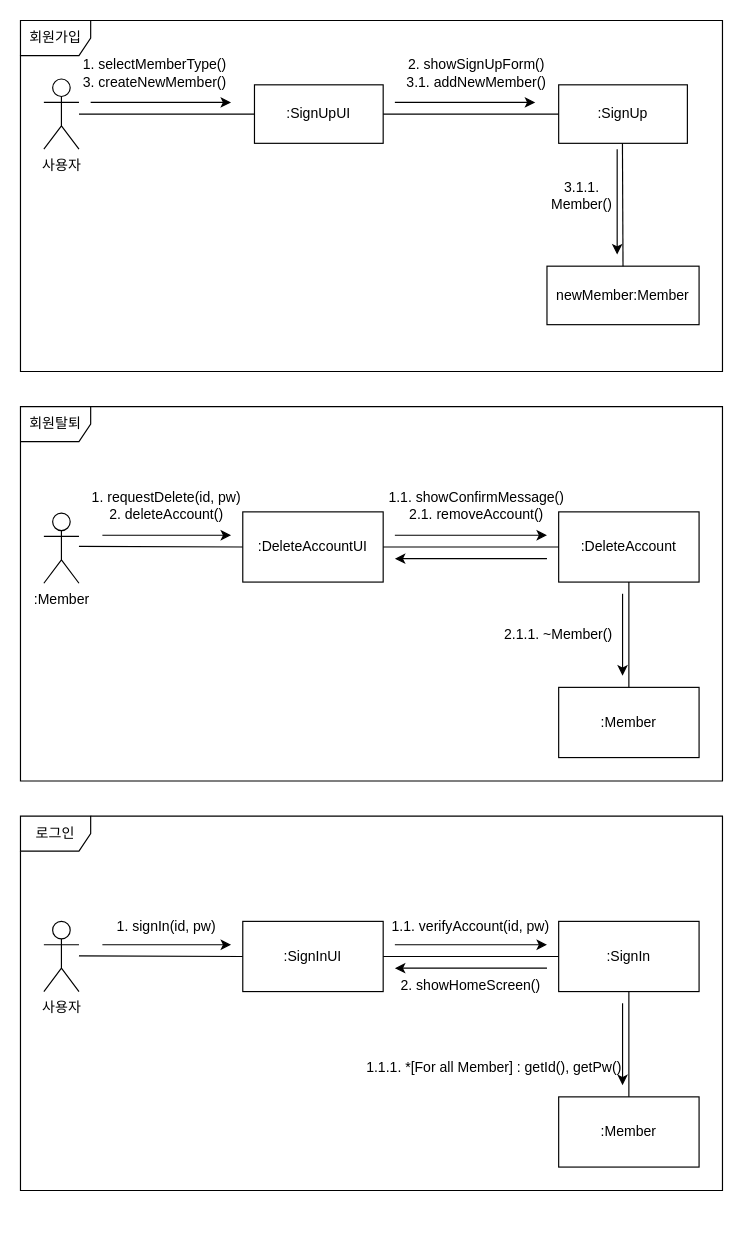
The draw.io diagram page "cd-1" (1 of 3) of user-auth/user-auth-diagram.drawio in KimTaemin-Git/SE2, before the edit. Source tidied: cells renumbered, new cells numbered last; positions are measured from the earlier drawing's top-left corner, leaving out a move shared by most shapes. Both pictures are drawn from the tidied source at 117%, with x=0, y=0 at pixel (20, 20).
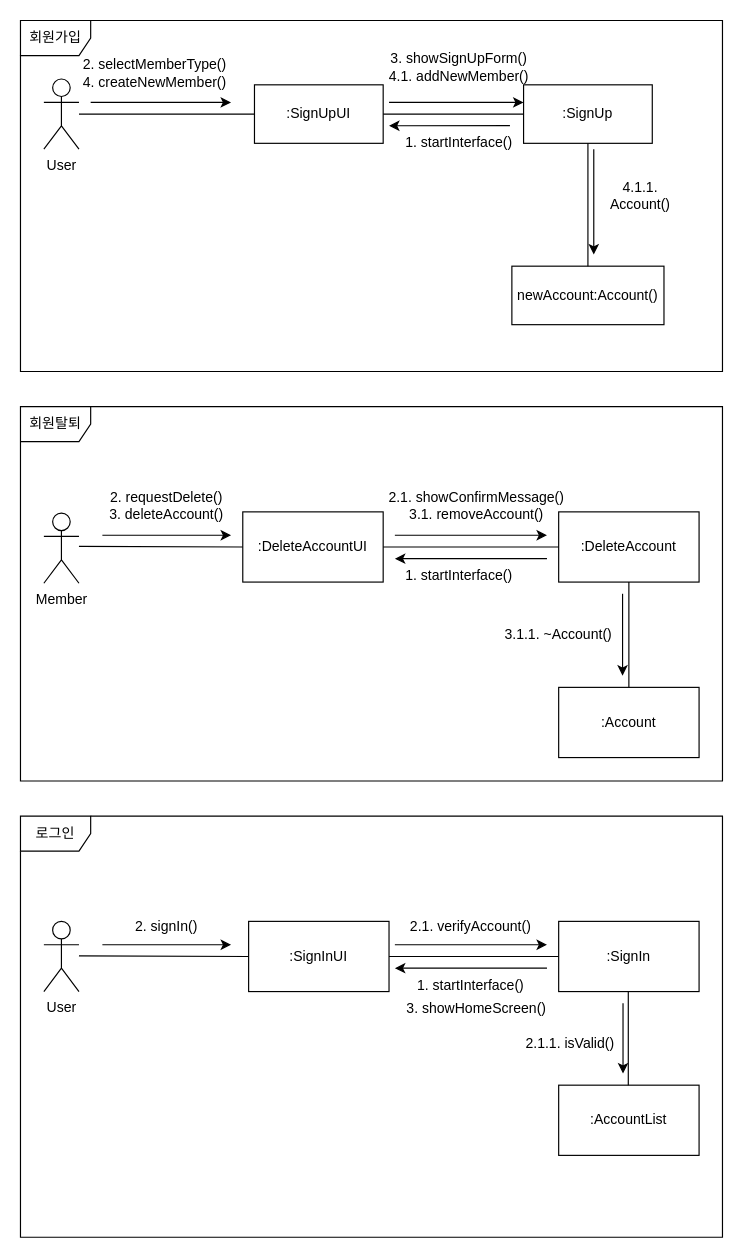
After the change.

The change refers to these unchanged cells:
```xml
<mxCell id="4" value=":SignIn" style="rounded=0;whiteSpace=wrap;html=1;" parent="1" vertex="1">
  <mxGeometry x="460" y="770" width="120" height="60" as="geometry" />
</mxCell>
```

What changed in the source:
```diff
@@
-    <mxCell id="2" value="사용자" style="shape=umlActor;verticalLabelPosition=bottom;verticalAlign=top;html=1;" parent="1" vertex="1">
+    <mxCell id="2" value="User" style="shape=umlActor;verticalLabelPosition=bottom;verticalAlign=top;html=1;" parent="1" vertex="1">
       <mxGeometry x="20" y="770" width="30" height="60" as="geometry" />
     </mxCell>
     <mxCell id="3" value=":SignInUI" style="rounded=0;whiteSpace=wrap;html=1;" parent="1" vertex="1">
-      <mxGeometry x="190" y="770" width="120" height="60" as="geometry" />
+      <mxGeometry x="195" y="770" width="120" height="60" as="geometry" />
     </mxCell>
@@
-    <mxCell id="5" value=":Member" style="rounded=0;whiteSpace=wrap;html=1;" parent="1" vertex="1">
-      <mxGeometry x="460" y="920" width="120" height="60" as="geometry" />
-    </mxCell>
@@
-    <mxCell id="8" style="endArrow=none;html=1;rounded=0;exitX=0.5;exitY=0;exitDx=0;exitDy=0;entryX=0.5;entryY=1;entryDx=0;entryDy=0;" parent="1" edge="1" source="5" target="4">
-      <mxGeometry relative="1" as="geometry" />
-    </mxCell>
@@
-    <mxCell id="12" style="endArrow=classic;html=1;rounded=0;" parent="1" edge="1">
-      <mxGeometry relative="1" as="geometry">
-        <mxPoint x="514.6" y="840" as="sourcePoint" />
-        <mxPoint x="514.6" y="910" as="targetPoint" />
-      </mxGeometry>
-    </mxCell>
     <mxCell id="13" value="로그인" style="shape=umlFrame;whiteSpace=wrap;html=1;" parent="1" vertex="1">
-      <mxGeometry y="680" width="600" height="320" as="geometry" />
+      <mxGeometry y="680" width="600" height="360" as="geometry" />
     </mxCell>
-    <mxCell id="14" value="사용자" style="shape=umlActor;verticalLabelPosition=bottom;verticalAlign=top;html=1;" parent="1" vertex="1">
+    <mxCell id="14" value="User" style="shape=umlActor;verticalLabelPosition=bottom;verticalAlign=top;html=1;" parent="1" vertex="1">
       <mxGeometry x="20" y="50" width="30" height="60" as="geometry" />
     </mxCell>
@@
     <mxCell id="16" value=":SignUp" style="html=1;whiteSpace=wrap;" parent="1" vertex="1">
-      <mxGeometry x="460" y="55" width="110" height="50" as="geometry" />
+      <mxGeometry x="430" y="55" width="110" height="50" as="geometry" />
     </mxCell>
-    <mxCell id="17" value="newMember:Member" style="html=1;whiteSpace=wrap;" parent="1" vertex="1">
-      <mxGeometry x="450" y="210" width="130" height="50" as="geometry" />
+    <mxCell id="17" value="newAccount:Account()" style="html=1;whiteSpace=wrap;" parent="1" vertex="1">
+      <mxGeometry x="420" y="210" width="130" height="50" as="geometry" />
     </mxCell>
@@
-    <mxCell id="20" style="endArrow=none;html=1;rounded=0;exitX=0.5;exitY=0;exitDx=0;exitDy=0;" parent="1" edge="1" source="17">
-      <mxGeometry relative="1" as="geometry">
-        <mxPoint x="514.5" y="105" as="targetPoint" />
-      </mxGeometry>
+    <mxCell id="20" style="endArrow=none;html=1;rounded=0;exitX=0.5;exitY=0;exitDx=0;exitDy=0;entryX=0.5;entryY=1;entryDx=0;entryDy=0;" parent="1" edge="1" source="17" target="16">
+      <mxGeometry relative="1" as="geometry" />
     </mxCell>
@@
     <mxCell id="22" style="endArrow=classic;html=1;rounded=0;" parent="1" edge="1">
       <mxGeometry relative="1" as="geometry">
-        <mxPoint x="320" y="70" as="sourcePoint" />
-        <mxPoint x="440" y="70" as="targetPoint" />
+        <mxPoint x="315" y="70" as="sourcePoint" />
+        <mxPoint x="430" y="70" as="targetPoint" />
       </mxGeometry>
     </mxCell>
     <mxCell id="23" style="endArrow=classic;html=1;rounded=0;" parent="1" edge="1">
       <mxGeometry relative="1" as="geometry">
-        <mxPoint x="510" y="110" as="sourcePoint" />
-        <mxPoint x="510" y="200" as="targetPoint" />
+        <mxPoint x="490" y="110" as="sourcePoint" />
+        <mxPoint x="490" y="200" as="targetPoint" />
       </mxGeometry>
     </mxCell>
-    <mxCell id="24" value="1. selectMemberType()&lt;br&gt;3. createNewMember()" style="text;html=1;strokeColor=none;fillColor=none;align=center;verticalAlign=middle;whiteSpace=wrap;rounded=0;" parent="1" vertex="1">
+    <mxCell id="24" value="2. selectMemberType()&lt;br&gt;4. createNewMember()" style="text;html=1;strokeColor=none;fillColor=none;align=center;verticalAlign=middle;whiteSpace=wrap;rounded=0;" parent="1" vertex="1">
       <mxGeometry x="50" y="30" width="130" height="30" as="geometry" />
     </mxCell>
-    <mxCell id="25" value="2. showSignUpForm()&lt;br&gt;3.1. addNewMember()" style="text;html=1;strokeColor=none;fillColor=none;align=center;verticalAlign=middle;whiteSpace=wrap;rounded=0;" parent="1" vertex="1">
-      <mxGeometry x="300" y="30" width="180" height="30" as="geometry" />
+    <mxCell id="25" value="3. showSignUpForm()&lt;br&gt;4.1. addNewMember()" style="text;html=1;strokeColor=none;fillColor=none;align=center;verticalAlign=middle;whiteSpace=wrap;rounded=0;" parent="1" vertex="1">
+      <mxGeometry x="285" y="25" width="180" height="30" as="geometry" />
     </mxCell>
-    <mxCell id="26" value="3.1.1. Member()" style="text;html=1;strokeColor=none;fillColor=none;align=center;verticalAlign=middle;whiteSpace=wrap;rounded=0;" parent="1" vertex="1">
-      <mxGeometry x="450" y="135" width="60" height="30" as="geometry" />
+    <mxCell id="26" value="4.1.1. Account()" style="text;html=1;strokeColor=none;fillColor=none;align=center;verticalAlign=middle;whiteSpace=wrap;rounded=0;" parent="1" vertex="1">
+      <mxGeometry x="500" y="135" width="60" height="30" as="geometry" />
     </mxCell>
@@
-    <mxCell id="28" value=":Member" style="shape=umlActor;verticalLabelPosition=bottom;verticalAlign=top;html=1;" parent="1" vertex="1">
+    <mxCell id="28" value="Member" style="shape=umlActor;verticalLabelPosition=bottom;verticalAlign=top;html=1;" parent="1" vertex="1">
       <mxGeometry x="20" y="421" width="30" height="60" as="geometry" />
     </mxCell>
@@
-    <mxCell id="31" value=":Member" style="rounded=0;whiteSpace=wrap;html=1;" parent="1" vertex="1">
+    <mxCell id="31" value=":Account" style="rounded=0;whiteSpace=wrap;html=1;" parent="1" vertex="1">
       <mxGeometry x="460" y="570" width="120" height="60" as="geometry" />
     </mxCell>
@@
-    <mxCell id="40" value="1. requestDelete(id, pw)&lt;br&gt;2. deleteAccount()" style="text;html=1;strokeColor=none;fillColor=none;align=center;verticalAlign=middle;whiteSpace=wrap;rounded=0;" parent="1" vertex="1">
+    <mxCell id="40" value="2. requestDelete()&lt;br&gt;3. deleteAccount()" style="text;html=1;strokeColor=none;fillColor=none;align=center;verticalAlign=middle;whiteSpace=wrap;rounded=0;" parent="1" vertex="1">
       <mxGeometry x="60" y="400" width="130" height="30" as="geometry" />
     </mxCell>
-    <mxCell id="41" value="1.1. showConfirmMessage()&lt;br&gt;2.1. removeAccount()" style="text;html=1;strokeColor=none;fillColor=none;align=center;verticalAlign=middle;whiteSpace=wrap;rounded=0;" parent="1" vertex="1">
+    <mxCell id="41" value="2.1. showConfirmMessage()&lt;br&gt;3.1. removeAccount()" style="text;html=1;strokeColor=none;fillColor=none;align=center;verticalAlign=middle;whiteSpace=wrap;rounded=0;" parent="1" vertex="1">
       <mxGeometry x="310" y="400" width="160" height="30" as="geometry" />
     </mxCell>
-    <mxCell id="42" value="2.1.1. ~Member()" style="text;html=1;strokeColor=none;fillColor=none;align=center;verticalAlign=middle;whiteSpace=wrap;rounded=0;" parent="1" vertex="1">
+    <mxCell id="42" value="3.1.1. ~Account()" style="text;html=1;strokeColor=none;fillColor=none;align=center;verticalAlign=middle;whiteSpace=wrap;rounded=0;" parent="1" vertex="1">
       <mxGeometry x="410" y="510" width="100" height="30" as="geometry" />
     </mxCell>
-    <mxCell id="43" value="1. signIn(id, pw)" style="text;html=1;strokeColor=none;fillColor=none;align=center;verticalAlign=middle;whiteSpace=wrap;rounded=0;" parent="1" vertex="1">
+    <mxCell id="43" value="2. signIn()" style="text;html=1;strokeColor=none;fillColor=none;align=center;verticalAlign=middle;whiteSpace=wrap;rounded=0;" parent="1" vertex="1">
       <mxGeometry x="80" y="760" width="90" height="30" as="geometry" />
     </mxCell>
-    <mxCell id="44" value="1.1. verifyAccount(id, pw)" style="text;html=1;strokeColor=none;fillColor=none;align=center;verticalAlign=middle;whiteSpace=wrap;rounded=0;" parent="1" vertex="1">
+    <mxCell id="44" value="2.1. verifyAccount()" style="text;html=1;strokeColor=none;fillColor=none;align=center;verticalAlign=middle;whiteSpace=wrap;rounded=0;" parent="1" vertex="1">
       <mxGeometry x="310" y="760" width="150" height="30" as="geometry" />
     </mxCell>
-    <mxCell id="45" value="1.1.1. *[For all Member] : getId(),&amp;nbsp;getPw()" style="text;html=1;strokeColor=none;fillColor=none;align=center;verticalAlign=middle;whiteSpace=wrap;rounded=0;" parent="1" vertex="1">
-      <mxGeometry x="290" y="880" width="230" height="30" as="geometry" />
-    </mxCell>
-    <mxCell id="46" value="2. showHomeScreen()" style="text;html=1;strokeColor=none;fillColor=none;align=center;verticalAlign=middle;whiteSpace=wrap;rounded=0;" parent="1" vertex="1">
-      <mxGeometry x="310" y="810" width="150" height="30" as="geometry" />
+    <mxCell id="46" value="3. showHomeScreen()" style="text;html=1;strokeColor=none;fillColor=none;align=center;verticalAlign=middle;whiteSpace=wrap;rounded=0;" parent="1" vertex="1">
+      <mxGeometry x="315" y="830" width="150" height="30" as="geometry" />
     </mxCell>
+    <mxCell id="47" value="1. startInterface()" style="text;html=1;strokeColor=none;fillColor=none;align=center;verticalAlign=middle;whiteSpace=wrap;rounded=0;" parent="1" vertex="1">
+      <mxGeometry x="310" y="810" width="150" height="30" as="geometry" />
+    </mxCell>
+    <mxCell id="48" style="endArrow=classic;html=1;rounded=0;exitX=0.789;exitY=-0.003;exitDx=0;exitDy=0;exitPerimeter=0;" parent="1" edge="1" source="50">
+      <mxGeometry relative="1" as="geometry">
+        <mxPoint x="315" y="90" as="targetPoint" />
+      </mxGeometry>
+    </mxCell>
+    <mxCell id="49" value="1. startInterface()" style="text;html=1;strokeColor=none;fillColor=none;align=center;verticalAlign=middle;whiteSpace=wrap;rounded=0;" parent="1" vertex="1">
+      <mxGeometry x="300" y="460" width="150" height="30" as="geometry" />
+    </mxCell>
+    <mxCell id="50" value="1. startInterface()" style="text;html=1;strokeColor=none;fillColor=none;align=center;verticalAlign=middle;whiteSpace=wrap;rounded=0;" parent="1" vertex="1">
+      <mxGeometry x="300" y="90" width="150" height="30" as="geometry" />
+    </mxCell>
+    <mxCell id="51" value=":AccountList" style="rounded=0;whiteSpace=wrap;html=1;" parent="1" vertex="1">
+      <mxGeometry x="460" y="910" width="120" height="60" as="geometry" />
+    </mxCell>
+    <mxCell id="52" style="endArrow=none;html=1;rounded=0;entryX=0.5;entryY=1;entryDx=0;entryDy=0;" parent="1" edge="1">
+      <mxGeometry relative="1" as="geometry">
+        <mxPoint x="519.5" y="910" as="sourcePoint" />
+        <mxPoint x="519.5" y="830" as="targetPoint" />
+      </mxGeometry>
+    </mxCell>
+    <mxCell id="53" value="2.1.1. isValid()" style="text;html=1;strokeColor=none;fillColor=none;align=center;verticalAlign=middle;whiteSpace=wrap;rounded=0;" parent="1" vertex="1">
+      <mxGeometry x="370" y="860" width="200" height="30" as="geometry" />
+    </mxCell>
+    <mxCell id="54" style="endArrow=classic;html=1;rounded=0;" parent="1" edge="1">
+      <mxGeometry relative="1" as="geometry">
+        <mxPoint x="515" y="840" as="sourcePoint" />
+        <mxPoint x="515" y="900" as="targetPoint" />
+      </mxGeometry>
+    </mxCell>
```
